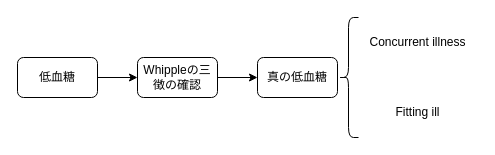
figarofuga/hypoglycemia keeps this draw.io diagram as figure/flowchart.drawio. Above is the earlier version. Source tidied: cells renumbered, new cells numbered last; positions are measured from the earlier drawing's top-left corner, leaving out a move shared by most shapes. Both pictures are drawn from the tidied source at 100%, with x=0, y=0 at pixel (17, 17).
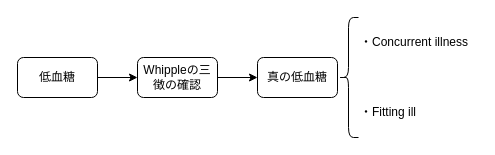
The same diagram, later.

Change to the diagram source:
```diff
@@
 <mxGraphModel>
   <root>
     <mxCell id="0" />
     <mxCell id="1" parent="0" />
     <mxCell id="2" style="edgeStyle=none;html=1;exitX=1;exitY=0.5;exitDx=0;exitDy=0;entryX=0;entryY=0.5;entryDx=0;entryDy=0;" parent="1" edge="1" source="3" target="5">
       <mxGeometry relative="1" as="geometry" />
     </mxCell>
     <mxCell id="3" value="低血糖" style="rounded=1;whiteSpace=wrap;html=1;" parent="1" vertex="1">
       <mxGeometry y="40" width="80" height="40" as="geometry" />
     </mxCell>
     <mxCell id="4" style="edgeStyle=none;html=1;exitX=1;exitY=0.5;exitDx=0;exitDy=0;entryX=0;entryY=0.5;entryDx=0;entryDy=0;" parent="1" edge="1" source="5" target="6">
       <mxGeometry relative="1" as="geometry" />
     </mxCell>
     <mxCell id="5" value="Whippleの三徴の確認" style="rounded=1;whiteSpace=wrap;html=1;" parent="1" vertex="1">
       <mxGeometry x="120" y="40" width="80" height="40" as="geometry" />
     </mxCell>
     <mxCell id="6" value="真の低血糖" style="rounded=1;whiteSpace=wrap;html=1;" parent="1" vertex="1">
       <mxGeometry x="240" y="40" width="80" height="40" as="geometry" />
     </mxCell>
     <mxCell id="7" style="shape=curlyBracket;whiteSpace=wrap;html=1;rounded=1;labelPosition=left;verticalLabelPosition=middle;align=right;verticalAlign=middle;" parent="1" vertex="1">
       <mxGeometry x="321" width="20" height="120" as="geometry" />
     </mxCell>
-    <mxCell id="8" value="Concurrent illness" style="text;html=1;align=center;verticalAlign=middle;whiteSpace=wrap;rounded=0;" parent="1" vertex="1">
+    <mxCell id="8" value="&lt;span style=&quot;background-color: transparent;&quot;&gt;・Concurrent illness&lt;/span&gt;" style="text;html=1;align=left;verticalAlign=middle;whiteSpace=wrap;rounded=0;" parent="1" vertex="1">
       <mxGeometry x="341" y="10" width="119" height="30" as="geometry" />
     </mxCell>
-    <mxCell id="9" value="Fitting ill" style="text;html=1;align=center;verticalAlign=middle;whiteSpace=wrap;rounded=0;" parent="1" vertex="1">
+    <mxCell id="9" value="・Fitting ill" style="text;html=1;align=left;verticalAlign=middle;whiteSpace=wrap;rounded=0;" parent="1" vertex="1">
       <mxGeometry x="341" y="80" width="119" height="30" as="geometry" />
     </mxCell>
   </root>
 </mxGraphModel>
```
